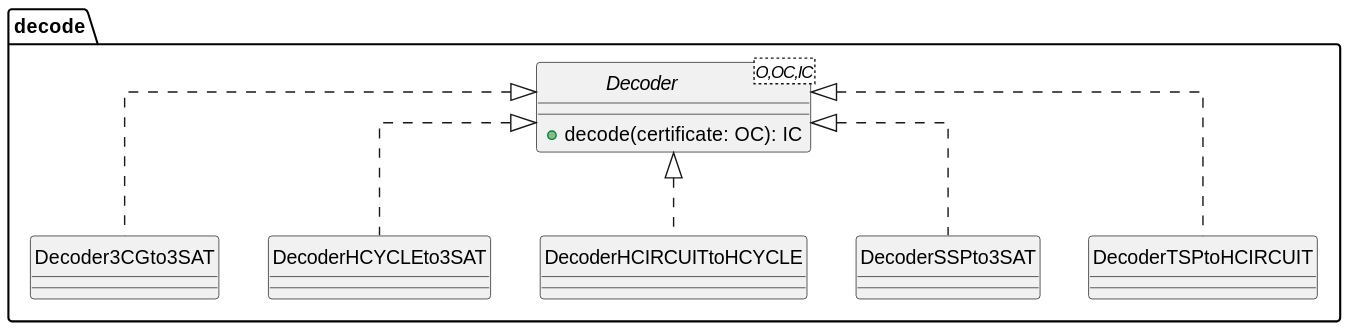
The PlantUML diagram paper/assets/plantuml/decode-class-diagram.svg in phatt-23/BP, before a commit.
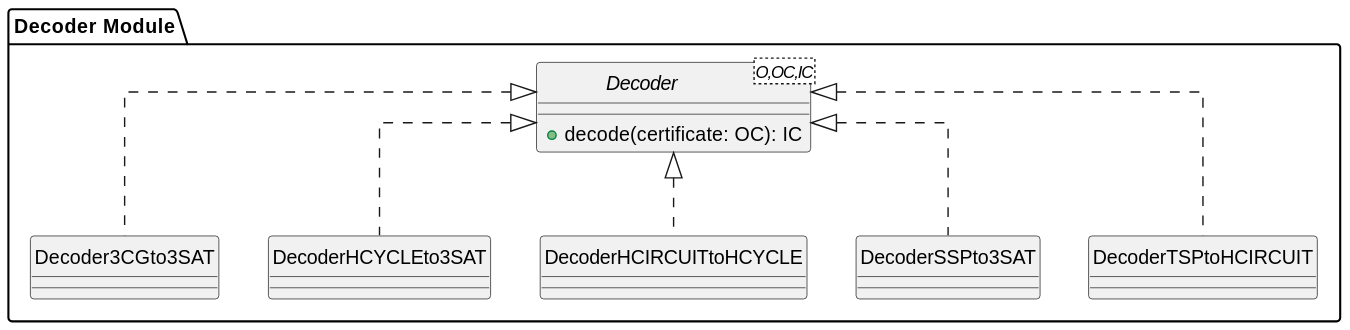
Above is the later version.

Diff of the diagram source:
```diff
@@ -2,7 +2,7 @@
 skinparam linetype ortho
 hide circle
 
-package decode {
+package "Decoder Module" {
 
     interface Decoder<O,OC,IC> {
         +decode(certificate: OC): IC
```
